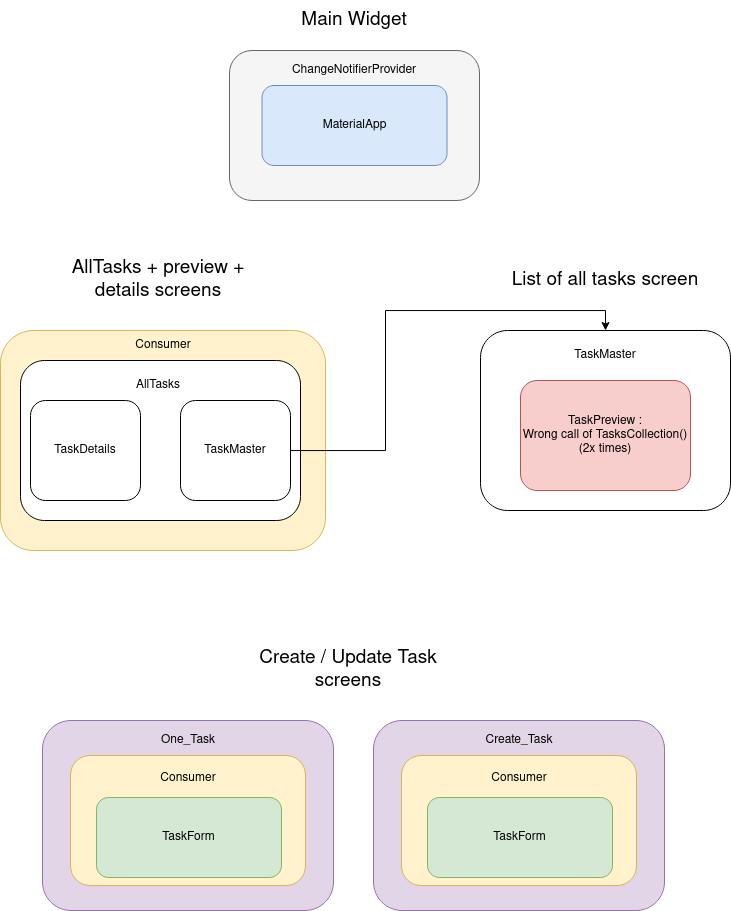
Above: TodoList tree.drawio.png in sebastienklaus/flutter_ToDoList (draw.io), before the change. Source tidied: cells renumbered, new cells last; positions are measured from the earlier drawing's top-left corner, leaving out a move shared by most shapes.
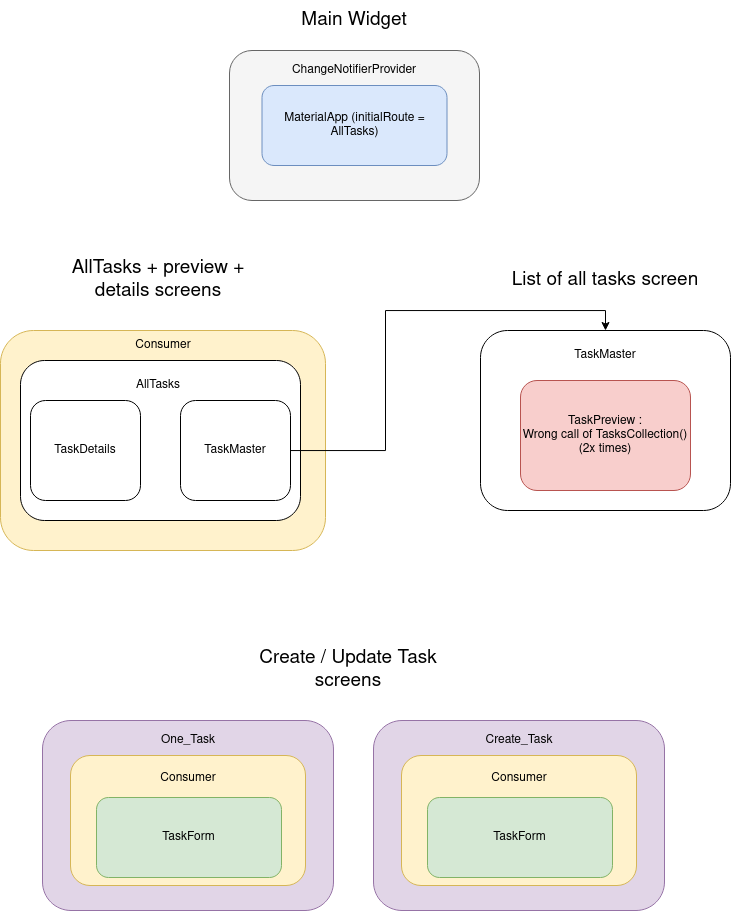
Later version of the same file.

Change to the diagram source:
```diff
@@ -5,7 +5,7 @@
     <mxCell id="2" style="rounded=1;whiteSpace=wrap;html=1;fillColor=#f5f5f5;fontColor=#333333;strokeColor=#666666;" parent="1" vertex="1">
       <mxGeometry x="229" y="50" width="250" height="150" as="geometry" />
     </mxCell>
-    <mxCell id="3" value="MaterialApp" style="rounded=1;whiteSpace=wrap;html=1;fillColor=#dae8fc;strokeColor=#6c8ebf;" parent="1" vertex="1">
+    <mxCell id="3" value="MaterialApp (initialRoute = AllTasks)" style="rounded=1;whiteSpace=wrap;html=1;fillColor=#dae8fc;strokeColor=#6c8ebf;" parent="1" vertex="1">
       <mxGeometry x="261.5" y="85" width="185" height="80" as="geometry" />
     </mxCell>
     <mxCell id="4" value="ChangeNotifierProvider" style="text;html=1;strokeColor=none;fillColor=none;align=center;verticalAlign=middle;whiteSpace=wrap;rounded=0;" parent="1" vertex="1">
```
